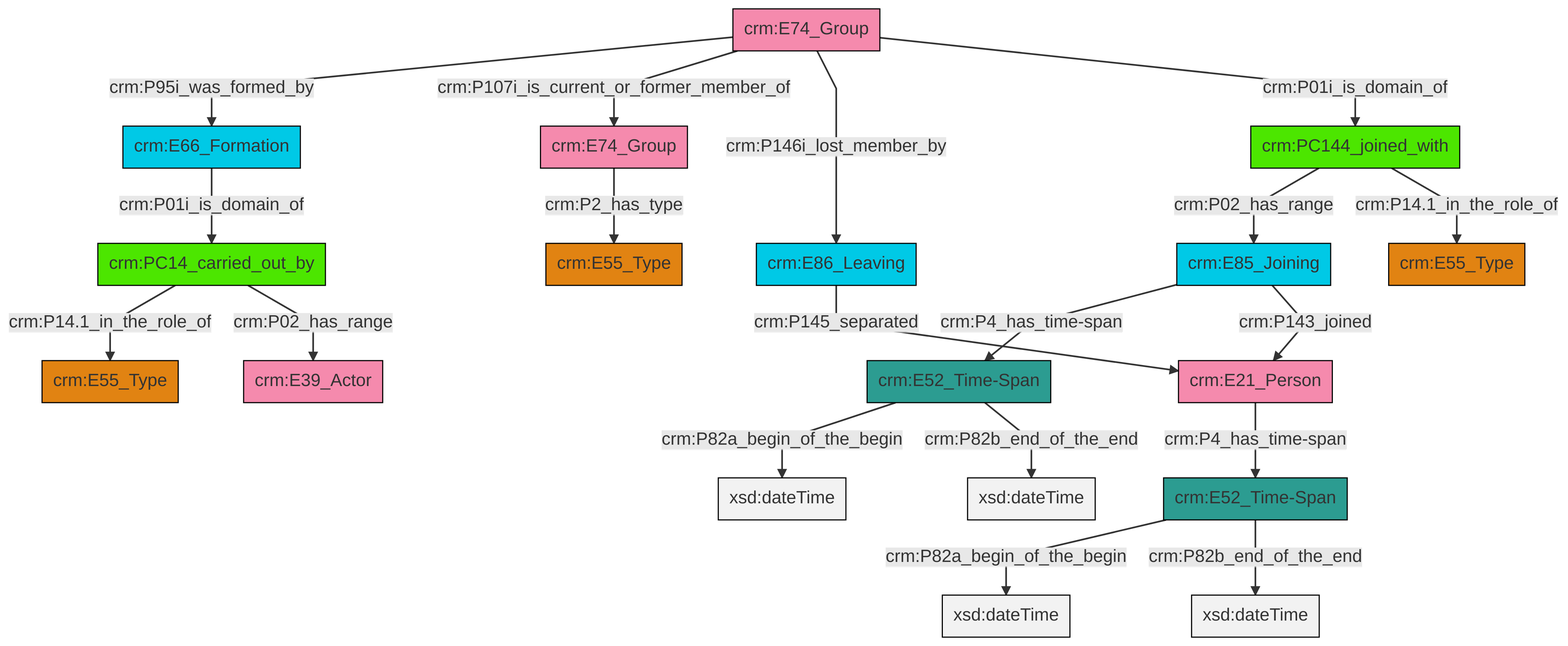
Above: et/groupCSV/ttl/mmd/png/group_actor_relations.png in swiss-art-research-net/reference-data-models (Mermaid), before the change. Its source is kept beside it as et/groupCSV/ttl/mmd/group_actor_relations.ttl.mmd.
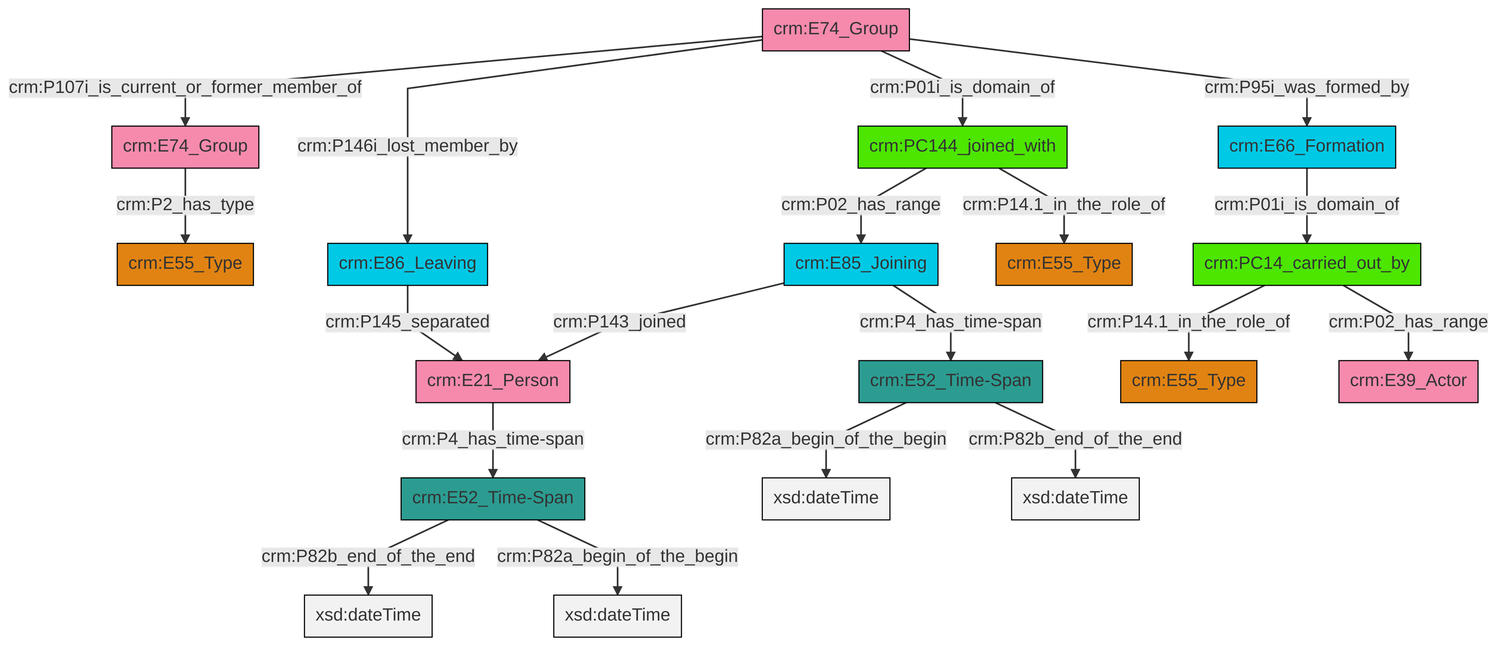
The same diagram one commit later.

What changed in the source:
```diff
@@ -13,21 +13,21 @@
 classDef PC_Classes fill:#4ce600, stroke:#000000;
 classDef Multi fill:#cccccc,stroke:#000000;
 
-0["crm:E74_Group"]:::Actor -->|crm:P95i_was_formed_by| 1["crm:E66_Formation"]:::Temporal_Entity
-2["crm:E52_Time-Span"]:::Time-Span -->|crm:P82a_begin_of_the_begin| 3[xsd:dateTime]:::Literal
-4["crm:E21_Person"]:::Actor -->|crm:P4_has_time-span| 5["crm:E52_Time-Span"]:::Time-Span
-13["crm:E85_Joining"]:::Temporal_Entity -->|crm:P4_has_time-span| 2["crm:E52_Time-Span"]:::Time-Span
-8["crm:E86_Leaving"]:::Temporal_Entity -->|crm:P145_separated| 4["crm:E21_Person"]:::Actor
-18["crm:PC14_carried_out_by"]:::PC_Classes -->|crm:P14.1_in_the_role_of| 19["crm:E55_Type"]:::Type
-0["crm:E74_Group"]:::Actor -->|crm:P107i_is_current_or_former_member_of| 20["crm:E74_Group"]:::Actor
-16["crm:PC144_joined_with"]:::PC_Classes -->|crm:P02_has_range| 13["crm:E85_Joining"]:::Temporal_Entity
-13["crm:E85_Joining"]:::Temporal_Entity -->|crm:P143_joined| 4["crm:E21_Person"]:::Actor
-5["crm:E52_Time-Span"]:::Time-Span -->|crm:P82a_begin_of_the_begin| 27[xsd:dateTime]:::Literal
-20["crm:E74_Group"]:::Actor -->|crm:P2_has_type| 21["crm:E55_Type"]:::Type
-0["crm:E74_Group"]:::Actor -->|crm:P146i_lost_member_by| 8["crm:E86_Leaving"]:::Temporal_Entity
-18["crm:PC14_carried_out_by"]:::PC_Classes -->|crm:P02_has_range| 6["crm:E39_Actor"]:::Actor
-16["crm:PC144_joined_with"]:::PC_Classes -->|crm:P14.1_in_the_role_of| 10["crm:E55_Type"]:::Type
-0["crm:E74_Group"]:::Actor -->|crm:P01i_is_domain_of| 16["crm:PC144_joined_with"]:::PC_Classes
-5["crm:E52_Time-Span"]:::Time-Span -->|crm:P82b_end_of_the_end| 32[xsd:dateTime]:::Literal
-1["crm:E66_Formation"]:::Temporal_Entity -->|crm:P01i_is_domain_of| 18["crm:PC14_carried_out_by"]:::PC_Classes
-2["crm:E52_Time-Span"]:::Time-Span -->|crm:P82b_end_of_the_end| 33[xsd:dateTime]:::Literal
+0["crm:E21_Person"]:::Actor -->|crm:P4_has_time-span| 1["crm:E52_Time-Span"]:::Time-Span
+4["crm:E85_Joining"]:::Temporal_Entity -->|crm:P143_joined| 0["crm:E21_Person"]:::Actor
+5["crm:PC144_joined_with"]:::PC_Classes -->|crm:P02_has_range| 4["crm:E85_Joining"]:::Temporal_Entity
+5["crm:PC144_joined_with"]:::PC_Classes -->|crm:P14.1_in_the_role_of| 6["crm:E55_Type"]:::Type
+1["crm:E52_Time-Span"]:::Time-Span -->|crm:P82b_end_of_the_end| 11[xsd:dateTime]:::Literal
+13["crm:E74_Group"]:::Actor -->|crm:P107i_is_current_or_former_member_of| 14["crm:E74_Group"]:::Actor
+4["crm:E85_Joining"]:::Temporal_Entity -->|crm:P4_has_time-span| 15["crm:E52_Time-Span"]:::Time-Span
+25["crm:PC14_carried_out_by"]:::PC_Classes -->|crm:P14.1_in_the_role_of| 2["crm:E55_Type"]:::Type
+1["crm:E52_Time-Span"]:::Time-Span -->|crm:P82a_begin_of_the_begin| 28[xsd:dateTime]:::Literal
+25["crm:PC14_carried_out_by"]:::PC_Classes -->|crm:P02_has_range| 19["crm:E39_Actor"]:::Actor
+15["crm:E52_Time-Span"]:::Time-Span -->|crm:P82a_begin_of_the_begin| 30[xsd:dateTime]:::Literal
+13["crm:E74_Group"]:::Actor -->|crm:P146i_lost_member_by| 22["crm:E86_Leaving"]:::Temporal_Entity
+13["crm:E74_Group"]:::Actor -->|crm:P01i_is_domain_of| 5["crm:PC144_joined_with"]:::PC_Classes
+9["crm:E66_Formation"]:::Temporal_Entity -->|crm:P01i_is_domain_of| 25["crm:PC14_carried_out_by"]:::PC_Classes
+22["crm:E86_Leaving"]:::Temporal_Entity -->|crm:P145_separated| 0["crm:E21_Person"]:::Actor
+13["crm:E74_Group"]:::Actor -->|crm:P95i_was_formed_by| 9["crm:E66_Formation"]:::Temporal_Entity
+14["crm:E74_Group"]:::Actor -->|crm:P2_has_type| 7["crm:E55_Type"]:::Type
+15["crm:E52_Time-Span"]:::Time-Span -->|crm:P82b_end_of_the_end| 34[xsd:dateTime]:::Literal
```
